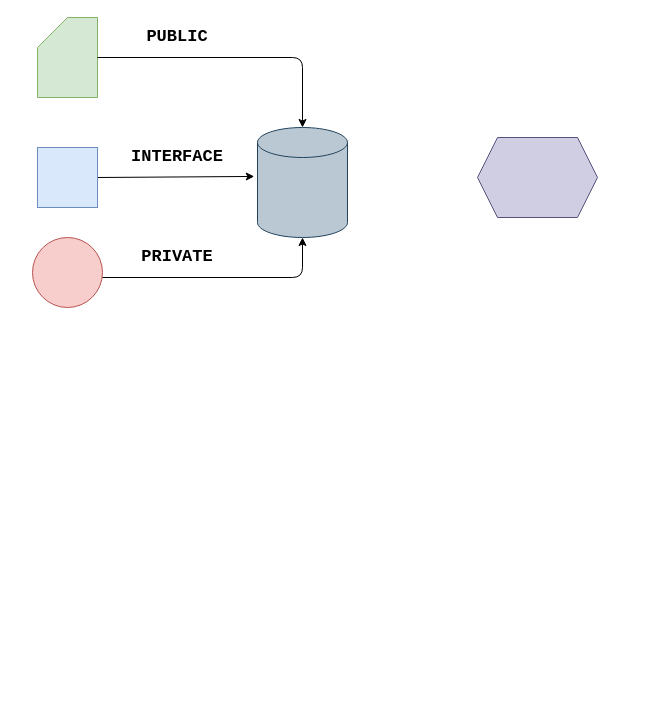
This is content/diagrams/targets.drawio from ENCCS/cmake-workshop, a draw.io file, before an edit. Source tidied: cells renumbered, new cells numbered last; positions are measured from the earlier drawing's top-left corner, leaving out a move shared by most shapes. Both pictures are drawn from the tidied source at 100%, with x=0, y=0 at pixel (32, 17).
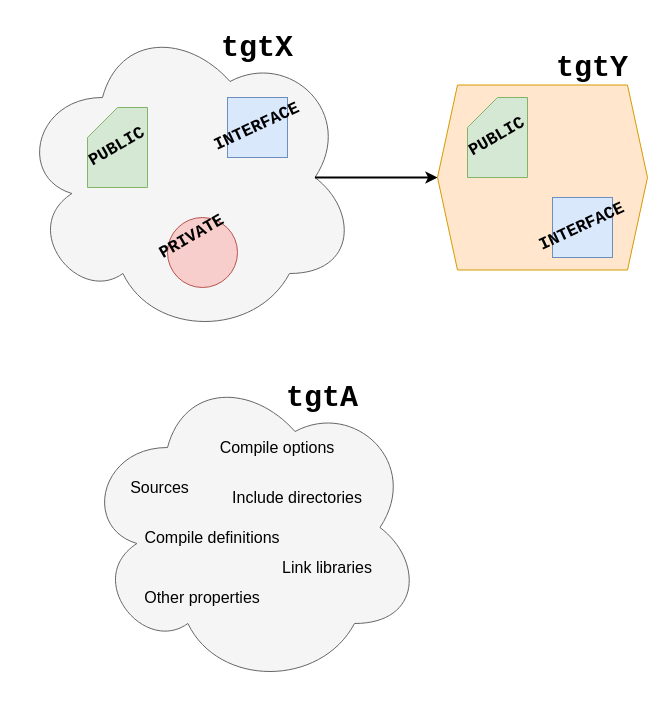
The same diagram, later.

Change to the diagram source:
```diff
@@
-    <mxCell id="2" style="shape=cylinder3;whiteSpace=wrap;html=1;boundedLbl=1;backgroundOutline=1;size=15;fillColor=#bac8d3;strokeColor=#23445d;" parent="1" vertex="1">
-      <mxGeometry x="225" y="110" width="90" height="110" as="geometry" />
-    </mxCell>
+    <mxCell id="13" style="ellipse;shape=cloud;whiteSpace=wrap;html=1;fillColor=#f5f5f5;strokeColor=#666666;fontColor=#333333;" parent="1" vertex="1">
+      <mxGeometry x="50" y="350" width="340" height="320" as="geometry" />
+    </mxCell>
+    <mxCell id="14" style="ellipse;shape=cloud;whiteSpace=wrap;html=1;fillColor=#f5f5f5;strokeColor=#666666;fontColor=#333333;" parent="1" vertex="1">
+      <mxGeometry x="-15" width="340" height="320" as="geometry" />
+    </mxCell>
     <mxCell id="3" style="shape=card;whiteSpace=wrap;html=1;fillColor=#d5e8d4;strokeColor=#82b366;" parent="1" vertex="1">
-      <mxGeometry x="5" width="60" height="80" as="geometry" />
+      <mxGeometry x="55" y="90" width="60" height="80" as="geometry" />
     </mxCell>
     <mxCell id="4" style="ellipse;whiteSpace=wrap;html=1;fillColor=#f8cecc;strokeColor=#b85450;" parent="1" vertex="1">
-      <mxGeometry y="220" width="70" height="70" as="geometry" />
+      <mxGeometry x="135" y="200" width="70" height="70" as="geometry" />
     </mxCell>
-    <mxCell id="5" style="shape=hexagon;perimeter=hexagonPerimeter2;whiteSpace=wrap;html=1;fixedSize=1;fillColor=#d0cee2;strokeColor=#56517e;" parent="1" vertex="1">
-      <mxGeometry x="445" y="120" width="120" height="80" as="geometry" />
+    <mxCell id="5" style="shape=hexagon;perimeter=hexagonPerimeter2;whiteSpace=wrap;html=1;fixedSize=1;fillColor=#ffe6cc;strokeColor=#d79b00;" parent="1" vertex="1">
+      <mxGeometry x="405" y="67.5" width="210" height="185" as="geometry" />
     </mxCell>
-    <mxCell id="6" style="endArrow=classic;html=1;entryX=0.5;entryY=1;entryDx=0;entryDy=0;entryPerimeter=0;" parent="1" edge="1" target="2">
-      <mxGeometry relative="1" as="geometry">
-        <mxPoint x="70" y="260" as="sourcePoint" />
-        <Array as="points">
-          <mxPoint x="270" y="260" />
-        </Array>
-      </mxGeometry>
-    </mxCell>
-    <mxCell id="7" style="endArrow=classic;html=1;entryX=0.5;entryY=0;entryDx=0;entryDy=0;entryPerimeter=0;" parent="1" edge="1" target="2">
-      <mxGeometry relative="1" as="geometry">
-        <mxPoint x="65" y="40" as="sourcePoint" />
-        <Array as="points">
-          <mxPoint x="270" y="40" />
-        </Array>
-      </mxGeometry>
-    </mxCell>
-    <mxCell id="8" style="endArrow=classic;html=1;entryX=-0.036;entryY=0.445;entryDx=0;entryDy=0;entryPerimeter=0;exitX=1;exitY=0.5;exitDx=0;exitDy=0;" parent="1" edge="1" source="9" target="2">
-      <mxGeometry relative="1" as="geometry" />
-    </mxCell>
     <mxCell id="9" style="whiteSpace=wrap;html=1;fillColor=#dae8fc;strokeColor=#6c8ebf;" parent="1" vertex="1">
-      <mxGeometry x="5" y="130" width="60" height="60" as="geometry" />
+      <mxGeometry x="195" y="80" width="60" height="60" as="geometry" />
     </mxCell>
-    <mxCell id="10" value="&lt;font style=&quot;font-size: 17px&quot; face=&quot;Courier New&quot;&gt;&lt;b&gt;PUBLIC&lt;/b&gt;&lt;/font&gt;" style="text;html=1;strokeColor=none;fillColor=none;align=center;verticalAlign=middle;whiteSpace=wrap;rounded=0;" parent="1" vertex="1">
-      <mxGeometry x="105" y="10" width="80" height="20" as="geometry" />
-    </mxCell>
-    <mxCell id="11" value="&lt;font style=&quot;font-size: 17px&quot; face=&quot;Courier New&quot;&gt;&lt;b&gt;INTERFACE&lt;/b&gt;&lt;/font&gt;" style="text;html=1;strokeColor=none;fillColor=none;align=center;verticalAlign=middle;whiteSpace=wrap;rounded=0;" parent="1" vertex="1">
-      <mxGeometry x="90" y="130" width="110" height="20" as="geometry" />
+    <mxCell id="11" value="&lt;font style=&quot;font-size: 17px&quot; face=&quot;Courier New&quot;&gt;&lt;b&gt;INTERFACE&lt;/b&gt;&lt;/font&gt;" style="text;html=1;strokeColor=none;fillColor=none;align=center;verticalAlign=middle;whiteSpace=wrap;rounded=0;rotation=-25;" parent="1" vertex="1">
+      <mxGeometry x="170" y="100" width="110" height="20" as="geometry" />
     </mxCell>
+    <mxCell id="15" value="&lt;b&gt;&lt;font face=&quot;Courier New&quot; style=&quot;font-size: 30px&quot;&gt;tgtA&lt;/font&gt;&lt;/b&gt;" style="text;html=1;strokeColor=none;fillColor=none;align=center;verticalAlign=middle;whiteSpace=wrap;rounded=0;" parent="1" vertex="1">
+      <mxGeometry x="255" y="370" width="70" height="20" as="geometry" />
+    </mxCell>
+    <mxCell id="16" value="&lt;font style=&quot;font-size: 16px;&quot;&gt;Sources&lt;/font&gt;" style="text;html=1;strokeColor=none;fillColor=none;align=center;verticalAlign=middle;whiteSpace=wrap;rounded=0;fontSize=16;fontStyle=0;" parent="1" vertex="1">
+      <mxGeometry x="80" y="460" width="95" height="20" as="geometry" />
+    </mxCell>
+    <mxCell id="17" value="&lt;font style=&quot;font-size: 16px;&quot;&gt;Compile options&lt;/font&gt;" style="text;html=1;strokeColor=none;fillColor=none;align=center;verticalAlign=middle;whiteSpace=wrap;rounded=0;fontSize=16;fontStyle=0;" parent="1" vertex="1">
+      <mxGeometry x="165" y="420" width="160" height="20" as="geometry" />
+    </mxCell>
+    <mxCell id="18" value="&lt;font style=&quot;font-size: 16px;&quot;&gt;Compile definitions&lt;/font&gt;" style="text;html=1;strokeColor=none;fillColor=none;align=center;verticalAlign=middle;whiteSpace=wrap;rounded=0;fontSize=16;fontStyle=0;" parent="1" vertex="1">
+      <mxGeometry x="85" y="510" width="190" height="20" as="geometry" />
+    </mxCell>
+    <mxCell id="19" value="&lt;font style=&quot;font-size: 16px;&quot;&gt;Include directories&lt;/font&gt;" style="text;html=1;strokeColor=none;fillColor=none;align=center;verticalAlign=middle;whiteSpace=wrap;rounded=0;fontSize=16;fontStyle=0;" parent="1" vertex="1">
+      <mxGeometry x="180" y="470" width="170" height="20" as="geometry" />
+    </mxCell>
+    <mxCell id="20" value="&lt;font style=&quot;font-size: 16px;&quot;&gt;Link libraries&lt;/font&gt;" style="text;html=1;strokeColor=none;fillColor=none;align=center;verticalAlign=middle;whiteSpace=wrap;rounded=0;fontSize=16;fontStyle=0;" parent="1" vertex="1">
+      <mxGeometry x="230" y="540" width="130" height="20" as="geometry" />
+    </mxCell>
+    <mxCell id="21" style="edgeStyle=orthogonalEdgeStyle;rounded=0;orthogonalLoop=1;jettySize=auto;html=1;exitX=0.5;exitY=1;exitDx=0;exitDy=0;strokeWidth=2;" parent="1" edge="1" source="17" target="17">
+      <mxGeometry relative="1" as="geometry" />
+    </mxCell>
+    <mxCell id="22" value="&lt;font style=&quot;font-size: 16px&quot;&gt;Other properties&lt;/font&gt;" style="text;html=1;strokeColor=none;fillColor=none;align=center;verticalAlign=middle;whiteSpace=wrap;rounded=0;fontSize=16;fontStyle=0;" parent="1" vertex="1">
+      <mxGeometry x="105" y="570" width="130" height="20" as="geometry" />
+    </mxCell>
+    <mxCell id="23" value="&lt;b&gt;&lt;font face=&quot;Courier New&quot; style=&quot;font-size: 30px&quot;&gt;tgtX&lt;/font&gt;&lt;/b&gt;" style="text;html=1;strokeColor=none;fillColor=none;align=center;verticalAlign=middle;whiteSpace=wrap;rounded=0;" parent="1" vertex="1">
+      <mxGeometry x="190" y="20" width="70" height="20" as="geometry" />
+    </mxCell>
+    <mxCell id="24" style="edgeStyle=orthogonalEdgeStyle;rounded=0;orthogonalLoop=1;jettySize=auto;html=1;exitX=0.5;exitY=1;exitDx=0;exitDy=0;strokeWidth=2;" parent="1" edge="1">
+      <mxGeometry relative="1" as="geometry">
+        <mxPoint x="180" y="90" as="sourcePoint" />
+        <mxPoint x="180" y="90" as="targetPoint" />
+      </mxGeometry>
+    </mxCell>
+    <mxCell id="25" value="&lt;font style=&quot;font-size: 17px&quot; face=&quot;Courier New&quot;&gt;&lt;b&gt;PUBLIC&lt;/b&gt;&lt;/font&gt;" style="text;html=1;strokeColor=none;fillColor=none;align=center;verticalAlign=middle;whiteSpace=wrap;rounded=0;rotation=-30;" parent="1" vertex="1">
+      <mxGeometry x="45" y="120" width="80" height="20" as="geometry" />
+    </mxCell>
-    <mxCell id="12" value="&lt;font style=&quot;font-size: 17px&quot; face=&quot;Courier New&quot;&gt;&lt;b&gt;PRIVATE&lt;/b&gt;&lt;/font&gt;" style="text;html=1;strokeColor=none;fillColor=none;align=center;verticalAlign=middle;whiteSpace=wrap;rounded=0;" parent="1" vertex="1">
-      <mxGeometry x="90" y="230" width="110" height="20" as="geometry" />
+    <mxCell id="12" value="&lt;font style=&quot;font-size: 17px&quot; face=&quot;Courier New&quot;&gt;&lt;b&gt;PRIVATE&lt;/b&gt;&lt;/font&gt;" style="text;html=1;strokeColor=none;fillColor=none;align=center;verticalAlign=middle;whiteSpace=wrap;rounded=0;rotation=-30;" parent="1" vertex="1">
+      <mxGeometry x="105" y="210" width="110" height="20" as="geometry" />
     </mxCell>
+    <mxCell id="26" value="&lt;b&gt;&lt;font face=&quot;Courier New&quot; style=&quot;font-size: 30px&quot;&gt;tgtY&lt;/font&gt;&lt;/b&gt;" style="text;html=1;strokeColor=none;fillColor=none;align=center;verticalAlign=middle;whiteSpace=wrap;rounded=0;" parent="1" vertex="1">
+      <mxGeometry x="525" y="40" width="70" height="20" as="geometry" />
+    </mxCell>
+    <mxCell id="27" style="shape=card;whiteSpace=wrap;html=1;fillColor=#d5e8d4;strokeColor=#82b366;" parent="1" vertex="1">
+      <mxGeometry x="435" y="80" width="60" height="80" as="geometry" />
+    </mxCell>
+    <mxCell id="28" style="whiteSpace=wrap;html=1;fillColor=#dae8fc;strokeColor=#6c8ebf;" parent="1" vertex="1">
+      <mxGeometry x="520" y="180" width="60" height="60" as="geometry" />
+    </mxCell>
+    <mxCell id="29" value="&lt;font style=&quot;font-size: 17px&quot; face=&quot;Courier New&quot;&gt;&lt;b&gt;INTERFACE&lt;/b&gt;&lt;/font&gt;" style="text;html=1;strokeColor=none;fillColor=none;align=center;verticalAlign=middle;whiteSpace=wrap;rounded=0;rotation=-25;" parent="1" vertex="1">
+      <mxGeometry x="495" y="200" width="110" height="20" as="geometry" />
+    </mxCell>
+    <mxCell id="30" value="&lt;font style=&quot;font-size: 17px&quot; face=&quot;Courier New&quot;&gt;&lt;b&gt;PUBLIC&lt;/b&gt;&lt;/font&gt;" style="text;html=1;strokeColor=none;fillColor=none;align=center;verticalAlign=middle;whiteSpace=wrap;rounded=0;rotation=-30;" parent="1" vertex="1">
+      <mxGeometry x="425" y="110" width="80" height="20" as="geometry" />
+    </mxCell>
+    <mxCell id="31" style="endArrow=classic;html=1;strokeWidth=2;fontSize=16;entryX=0;entryY=0.5;entryDx=0;entryDy=0;exitX=0.875;exitY=0.5;exitDx=0;exitDy=0;exitPerimeter=0;" parent="1" edge="1" source="14" target="5">
+      <mxGeometry relative="1" as="geometry" />
+    </mxCell>
```
